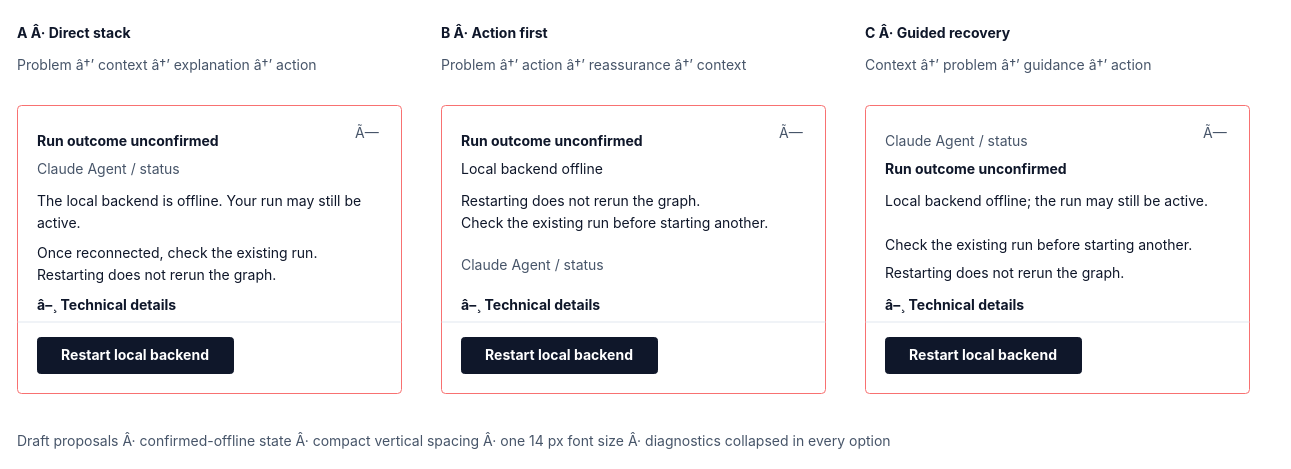
Before: page "Three compact alternatives" (1 of 5) of projects/laomedo/subsystems/agent-execution/design/local-runner-recovery.drawio in amadou-6e/specs, a draw.io diagram. Source tidied: cells renumbered, new cells numbered last; positions are measured from the earlier drawing's top-left corner, leaving out a move shared by most shapes. Both pictures are drawn from the tidied source at 100%, with x=0, y=0 at pixel (17, 17).
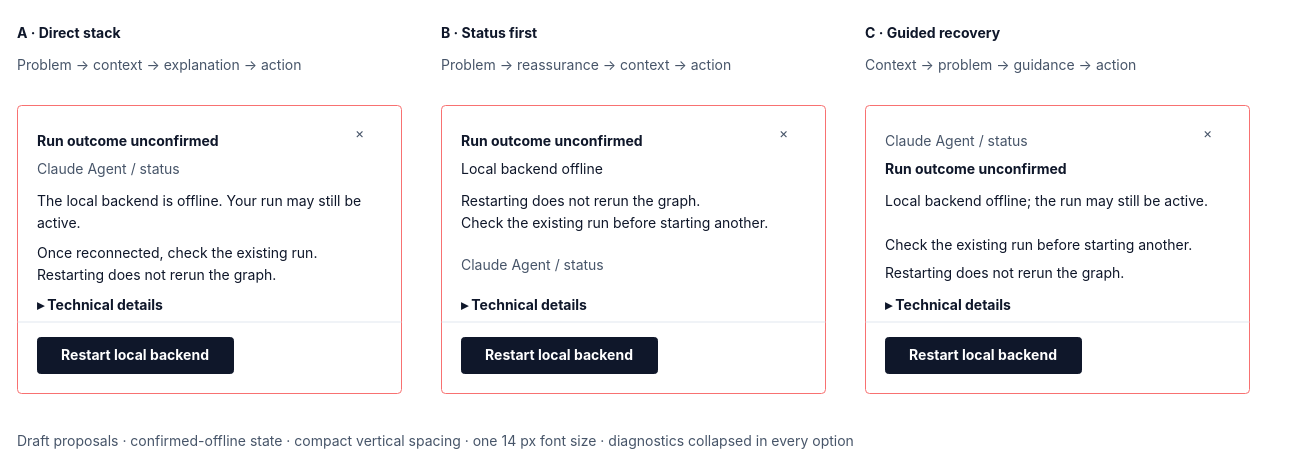
Above is the later version.

Commit message (it also covers changes not shown here):
Repair diagram text encoding and option labels

What changed in the source:
```diff
@@
-    <mxCell id="2" value="&lt;div style=&quot;line-height:22px;&quot;&gt;A Â· Direct stack&lt;/div&gt;" style="fontFamily=Inter,Arial,sans-serif;fontSize=14;whiteSpace=wrap;html=1;text;strokeColor=none;fillColor=none;align=left;verticalAlign=top;spacing=0;fontColor=#0F172A;fontStyle=1;" parent="1" vertex="1">
+    <mxCell id="2" value="&lt;div style=&quot;line-height:22px;&quot;&gt;A · Direct stack&lt;/div&gt;" style="fontFamily=Inter,Arial,sans-serif;fontSize=14;whiteSpace=wrap;html=1;text;strokeColor=none;fillColor=none;align=left;verticalAlign=top;spacing=0;fontColor=#0F172A;fontStyle=1;" parent="1" vertex="1">
       <mxGeometry width="384" height="24" as="geometry" />
     </mxCell>
-    <mxCell id="3" value="&lt;div style=&quot;line-height:22px;&quot;&gt;Problem â†’ context â†’ explanation â†’ action&lt;/div&gt;" style="fontFamily=Inter,Arial,sans-serif;fontSize=14;whiteSpace=wrap;html=1;text;strokeColor=none;fillColor=none;align=left;verticalAlign=top;spacing=0;fontColor=#475569;fontStyle=0;" parent="1" vertex="1">
+    <mxCell id="3" value="&lt;div style=&quot;line-height:22px;&quot;&gt;Problem → context → explanation → action&lt;/div&gt;" style="fontFamily=Inter,Arial,sans-serif;fontSize=14;whiteSpace=wrap;html=1;text;strokeColor=none;fillColor=none;align=left;verticalAlign=top;spacing=0;fontColor=#475569;fontStyle=0;" parent="1" vertex="1">
       <mxGeometry y="32" width="384" height="44" as="geometry" />
     </mxCell>
@@
-    <mxCell id="5" value="&lt;div style=&quot;line-height:22px;&quot;&gt;Ã—&lt;/div&gt;" style="fontFamily=Inter,Arial,sans-serif;fontSize=14;whiteSpace=wrap;html=1;text;strokeColor=none;fillColor=none;align=left;verticalAlign=top;spacing=0;fontColor=#475569;fontStyle=0;" parent="1" vertex="1">
+    <mxCell id="5" value="&lt;div style=&quot;line-height:22px;&quot;&gt;×&lt;/div&gt;" style="fontFamily=Inter,Arial,sans-serif;fontSize=14;whiteSpace=wrap;html=1;text;strokeColor=none;fillColor=none;align=left;verticalAlign=top;spacing=0;fontColor=#475569;fontStyle=0;" parent="1" vertex="1">
       <mxGeometry x="338" y="100" width="32" height="32" as="geometry" />
     </mxCell>
-    <mxCell id="6" value="&lt;div style=&quot;line-height:22px;&quot;&gt;B Â· Action first&lt;/div&gt;" style="fontFamily=Inter,Arial,sans-serif;fontSize=14;whiteSpace=wrap;html=1;text;strokeColor=none;fillColor=none;align=left;verticalAlign=top;spacing=0;fontColor=#0F172A;fontStyle=1;" parent="1" vertex="1">
+    <mxCell id="6" value="&lt;div style=&quot;line-height:22px;&quot;&gt;B · Status first&lt;/div&gt;" style="fontFamily=Inter,Arial,sans-serif;fontSize=14;whiteSpace=wrap;html=1;text;strokeColor=none;fillColor=none;align=left;verticalAlign=top;spacing=0;fontColor=#0F172A;fontStyle=1;" parent="1" vertex="1">
       <mxGeometry x="424" width="384" height="24" as="geometry" />
     </mxCell>
-    <mxCell id="7" value="&lt;div style=&quot;line-height:22px;&quot;&gt;Problem â†’ action â†’ reassurance â†’ context&lt;/div&gt;" style="fontFamily=Inter,Arial,sans-serif;fontSize=14;whiteSpace=wrap;html=1;text;strokeColor=none;fillColor=none;align=left;verticalAlign=top;spacing=0;fontColor=#475569;fontStyle=0;" parent="1" vertex="1">
+    <mxCell id="7" value="&lt;div style=&quot;line-height:22px;&quot;&gt;Problem → reassurance → context → action&lt;/div&gt;" style="fontFamily=Inter,Arial,sans-serif;fontSize=14;whiteSpace=wrap;html=1;text;strokeColor=none;fillColor=none;align=left;verticalAlign=top;spacing=0;fontColor=#475569;fontStyle=0;" parent="1" vertex="1">
       <mxGeometry x="424" y="32" width="384" height="44" as="geometry" />
     </mxCell>
@@
-    <mxCell id="9" value="&lt;div style=&quot;line-height:22px;&quot;&gt;Ã—&lt;/div&gt;" style="fontFamily=Inter,Arial,sans-serif;fontSize=14;whiteSpace=wrap;html=1;text;strokeColor=none;fillColor=none;align=left;verticalAlign=top;spacing=0;fontColor=#475569;fontStyle=0;" parent="1" vertex="1">
+    <mxCell id="9" value="&lt;div style=&quot;line-height:22px;&quot;&gt;×&lt;/div&gt;" style="fontFamily=Inter,Arial,sans-serif;fontSize=14;whiteSpace=wrap;html=1;text;strokeColor=none;fillColor=none;align=left;verticalAlign=top;spacing=0;fontColor=#475569;fontStyle=0;" parent="1" vertex="1">
       <mxGeometry x="762" y="100" width="32" height="32" as="geometry" />
     </mxCell>
-    <mxCell id="10" value="&lt;div style=&quot;line-height:22px;&quot;&gt;C Â· Guided recovery&lt;/div&gt;" style="fontFamily=Inter,Arial,sans-serif;fontSize=14;whiteSpace=wrap;html=1;text;strokeColor=none;fillColor=none;align=left;verticalAlign=top;spacing=0;fontColor=#0F172A;fontStyle=1;" parent="1" vertex="1">
+    <mxCell id="10" value="&lt;div style=&quot;line-height:22px;&quot;&gt;C · Guided recovery&lt;/div&gt;" style="fontFamily=Inter,Arial,sans-serif;fontSize=14;whiteSpace=wrap;html=1;text;strokeColor=none;fillColor=none;align=left;verticalAlign=top;spacing=0;fontColor=#0F172A;fontStyle=1;" parent="1" vertex="1">
       <mxGeometry x="848" width="384" height="24" as="geometry" />
     </mxCell>
-    <mxCell id="11" value="&lt;div style=&quot;line-height:22px;&quot;&gt;Context â†’ problem â†’ guidance â†’ action&lt;/div&gt;" style="fontFamily=Inter,Arial,sans-serif;fontSize=14;whiteSpace=wrap;html=1;text;strokeColor=none;fillColor=none;align=left;verticalAlign=top;spacing=0;fontColor=#475569;fontStyle=0;" parent="1" vertex="1">
+    <mxCell id="11" value="&lt;div style=&quot;line-height:22px;&quot;&gt;Context → problem → guidance → action&lt;/div&gt;" style="fontFamily=Inter,Arial,sans-serif;fontSize=14;whiteSpace=wrap;html=1;text;strokeColor=none;fillColor=none;align=left;verticalAlign=top;spacing=0;fontColor=#475569;fontStyle=0;" parent="1" vertex="1">
       <mxGeometry x="848" y="32" width="384" height="44" as="geometry" />
     </mxCell>
@@
-    <mxCell id="13" value="&lt;div style=&quot;line-height:22px;&quot;&gt;Ã—&lt;/div&gt;" style="fontFamily=Inter,Arial,sans-serif;fontSize=14;whiteSpace=wrap;html=1;text;strokeColor=none;fillColor=none;align=left;verticalAlign=top;spacing=0;fontColor=#475569;fontStyle=0;" parent="1" vertex="1">
+    <mxCell id="13" value="&lt;div style=&quot;line-height:22px;&quot;&gt;×&lt;/div&gt;" style="fontFamily=Inter,Arial,sans-serif;fontSize=14;whiteSpace=wrap;html=1;text;strokeColor=none;fillColor=none;align=left;verticalAlign=top;spacing=0;fontColor=#475569;fontStyle=0;" parent="1" vertex="1">
       <mxGeometry x="1186" y="100" width="32" height="32" as="geometry" />
     </mxCell>
@@
-    <mxCell id="19" value="&lt;div style=&quot;line-height:22px;&quot;&gt;â–¸ Technical details&lt;/div&gt;" style="fontFamily=Inter,Arial,sans-serif;fontSize=14;whiteSpace=wrap;html=1;text;strokeColor=none;fillColor=none;align=left;verticalAlign=top;spacing=0;fontColor=#0F172A;fontStyle=1;" parent="1" vertex="1">
+    <mxCell id="19" value="&lt;div style=&quot;line-height:22px;&quot;&gt;▸ Technical details&lt;/div&gt;" style="fontFamily=Inter,Arial,sans-serif;fontSize=14;whiteSpace=wrap;html=1;text;strokeColor=none;fillColor=none;align=left;verticalAlign=top;spacing=0;fontColor=#0F172A;fontStyle=1;" parent="1" vertex="1">
       <mxGeometry x="20" y="272" width="344" height="24" as="geometry" />
     </mxCell>
@@
-    <mxCell id="25" value="&lt;div style=&quot;line-height:22px;&quot;&gt;â–¸ Technical details&lt;/div&gt;" style="fontFamily=Inter,Arial,sans-serif;fontSize=14;whiteSpace=wrap;html=1;text;strokeColor=none;fillColor=none;align=left;verticalAlign=top;spacing=0;fontColor=#0F172A;fontStyle=1;" parent="1" vertex="1">
+    <mxCell id="25" value="&lt;div style=&quot;line-height:22px;&quot;&gt;▸ Technical details&lt;/div&gt;" style="fontFamily=Inter,Arial,sans-serif;fontSize=14;whiteSpace=wrap;html=1;text;strokeColor=none;fillColor=none;align=left;verticalAlign=top;spacing=0;fontColor=#0F172A;fontStyle=1;" parent="1" vertex="1">
       <mxGeometry x="444" y="272" width="344" height="24" as="geometry" />
     </mxCell>
@@
-    <mxCell id="32" value="&lt;div style=&quot;line-height:22px;&quot;&gt;â–¸ Technical details&lt;/div&gt;" style="fontFamily=Inter,Arial,sans-serif;fontSize=14;whiteSpace=wrap;html=1;text;strokeColor=none;fillColor=none;align=left;verticalAlign=top;spacing=0;fontColor=#0F172A;fontStyle=1;" parent="1" vertex="1">
+    <mxCell id="32" value="&lt;div style=&quot;line-height:22px;&quot;&gt;▸ Technical details&lt;/div&gt;" style="fontFamily=Inter,Arial,sans-serif;fontSize=14;whiteSpace=wrap;html=1;text;strokeColor=none;fillColor=none;align=left;verticalAlign=top;spacing=0;fontColor=#0F172A;fontStyle=1;" parent="1" vertex="1">
       <mxGeometry x="868" y="272" width="344" height="24" as="geometry" />
     </mxCell>
-    <mxCell id="33" value="&lt;div style=&quot;line-height:22px;&quot;&gt;Draft proposals Â· confirmed-offline state Â· compact vertical spacing Â· one 14 px font size Â· diagnostics collapsed in every option&lt;/div&gt;" style="fontFamily=Inter,Arial,sans-serif;fontSize=14;whiteSpace=wrap;html=1;text;strokeColor=none;fillColor=none;align=left;verticalAlign=top;spacing=0;fontColor=#475569;fontStyle=0;" parent="1" vertex="1">
+    <mxCell id="33" value="&lt;div style=&quot;line-height:22px;&quot;&gt;Draft proposals · confirmed-offline state · compact vertical spacing · one 14 px font size · diagnostics collapsed in every option&lt;/div&gt;" style="fontFamily=Inter,Arial,sans-serif;fontSize=14;whiteSpace=wrap;html=1;text;strokeColor=none;fillColor=none;align=left;verticalAlign=top;spacing=0;fontColor=#475569;fontStyle=0;" parent="1" vertex="1">
       <mxGeometry y="408" width="1256" height="24" as="geometry" />
     </mxCell>
```
